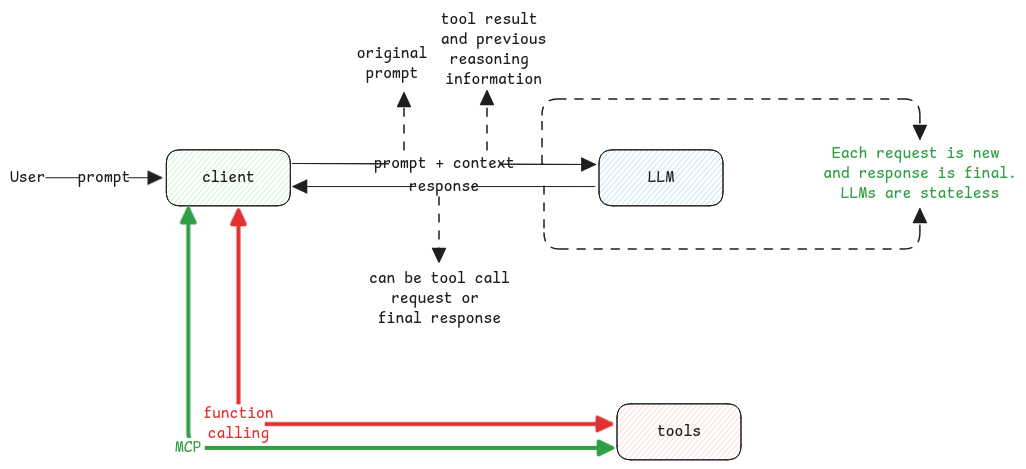
This is static/img/function-calling-mcp.excalidraw.png from swaroopar/inprogress-engineer, a Excalidraw export, as it was before one commit. Source tidied: one line per element, renumbered; positions are measured from the earlier drawing's top-left corner, leaving out a move shared by most shapes.
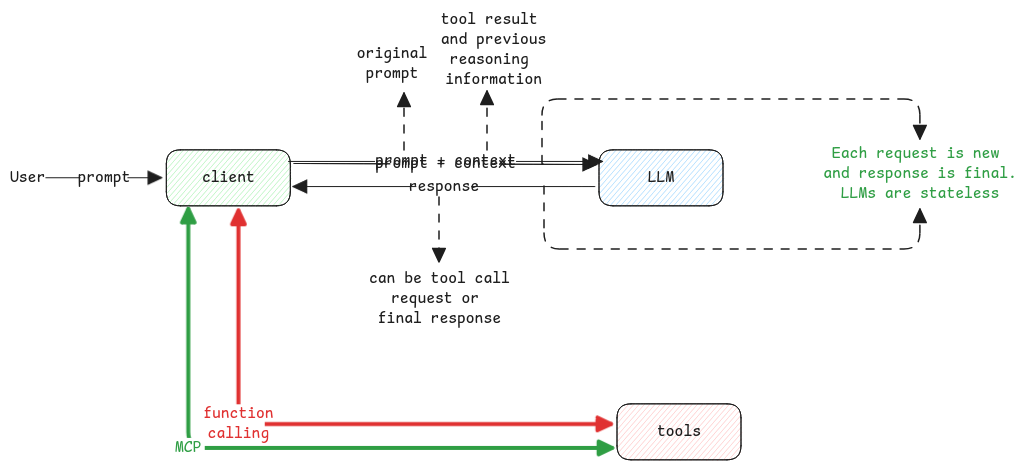
Later version of the same file.

Commit message:
add ai function calling doc

What changed in the source:
```diff
@@ -4,8 +4,6 @@
 {"id": 3, "type": "text", "text": "client", "strokeColor": "#1e1e1e", "strokeWidth": 2, "roughness": 1, "fontSize": 16, "fontFamily": 8, "textAlign": "center", "verticalAlign": "middle", "inside": 2, "x": 201, "y": 158, "width": 36, "height": 20}
 {"id": 4, "type": "rectangle", "strokeColor": "#1e1e1e", "backgroundColor": "#ffc9c9", "fillStyle": "hachure", "strokeWidth": 1, "roughness": 0, "round": true, "x": 607, "y": 394, "width": 124, "height": 56}
 {"id": 5, "type": "text", "text": "tools", "strokeColor": "#1e1e1e", "strokeWidth": 2, "roughness": 1, "fontSize": 16, "fontFamily": 8, "textAlign": "center", "verticalAlign": "middle", "inside": 4, "x": 653, "y": 412, "width": 31, "height": 20}
-{"id": 6, "type": "arrow", "strokeColor": "#1e1e1e", "strokeWidth": 1, "roughness": 0, "endArrowhead": "triangle", "round": true, "from": 2, "x": 283, "y": 153, "width": 303, "height": 1, "points": [[0, 0], [303, 1]]}
-{"id": 7, "type": "text", "text": "prompt + context", "strokeColor": "#1e1e1e", "strokeWidth": 1, "roughness": 0, "fontSize": 16, "fontFamily": 8, "textAlign": "center", "verticalAlign": "middle", "inside": 6, "x": 379, "y": 144, "width": 110, "height": 20}
 {"id": 8, "type": "arrow", "strokeColor": "#1e1e1e", "strokeWidth": 1, "roughness": 0, "endArrowhead": "triangle", "x": 36, "y": 168, "width": 116, "height": 0, "points": [[0, 0], [116, 0]]}
 {"id": 9, "type": "text", "text": "prompt", "strokeColor": "#1e1e1e", "backgroundColor": "#ffc9c9", "fillStyle": "hachure", "strokeWidth": 1, "roughness": 0, "fontSize": 16, "fontFamily": 8, "textAlign": "center", "verticalAlign": "middle", "inside": 8, "x": 71, "y": 158, "width": 46, "height": 20}
 {"id": 10, "type": "text", "text": "User", "strokeColor": "#1e1e1e", "strokeWidth": 1, "roughness": 0, "fontSize": 16, "fontFamily": 8, "x": 0, "y": 158, "width": 35, "height": 20}
@@ -24,3 +22,5 @@
 {"id": 23, "type": "arrow", "strokeColor": "#1e1e1e", "backgroundColor": "#ffc9c9", "fillStyle": "hachure", "strokeWidth": 1, "strokeStyle": "dashed", "roughness": 0, "endArrowhead": "triangle", "x": 533, "y": 154, "width": 378, "height": 65, "points": [[0, 0], [-1, 0], [-1, -65], [377, -65], [377, -25]]}
 {"id": 24, "type": "arrow", "strokeColor": "#1e1e1e", "backgroundColor": "#ffc9c9", "fillStyle": "hachure", "strokeWidth": 1, "strokeStyle": "dashed", "roughness": 0, "endArrowhead": "triangle", "x": 534, "y": 176, "width": 376, "height": 63, "points": [[0, 0], [0, 0], [0, 63], [376, 63], [376, 23]]}
 {"id": 25, "type": "text", "text": "Each request is new \nand response is final.\nLLMs are stateless", "strokeColor": "#2f9e44", "backgroundColor": "#ffc9c9", "fillStyle": "hachure", "strokeWidth": 1, "strokeStyle": "dashed", "roughness": 0, "fontSize": 16, "fontFamily": 8, "textAlign": "center", "x": 813, "y": 134, "width": 194, "height": 60}
+{"id": 26, "type": "arrow", "strokeColor": "#1e1e1e", "strokeWidth": 1, "roughness": 0, "endArrowhead": "triangle", "x": 279, "y": 151, "width": 314, "height": 0, "points": [[0, 0], [314, 0]]}
+{"id": 7, "type": "text", "text": "prompt + context", "strokeColor": "#1e1e1e", "strokeWidth": 1, "roughness": 0, "fontSize": 16, "fontFamily": 8, "textAlign": "center", "verticalAlign": "middle", "inside": 26, "x": 365, "y": 141, "width": 141, "height": 20}
```
